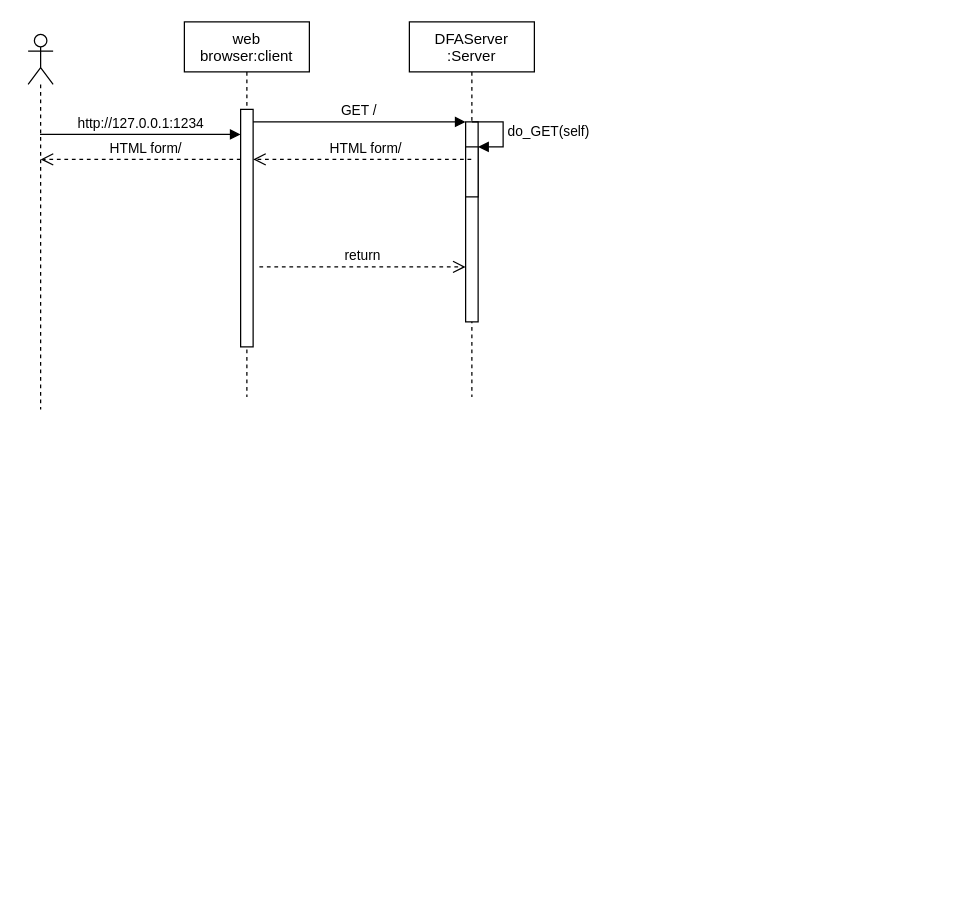
opetlund/TMM4275 keeps this draw.io diagram as uml.drawio. Above is the earlier version. Source tidied: cells renumbered, new cells numbered last; positions are measured from the earlier drawing's top-left corner, leaving out a move shared by most shapes. Both pictures are drawn from the tidied source at 125%, with x=0, y=0 at pixel (28, 21).
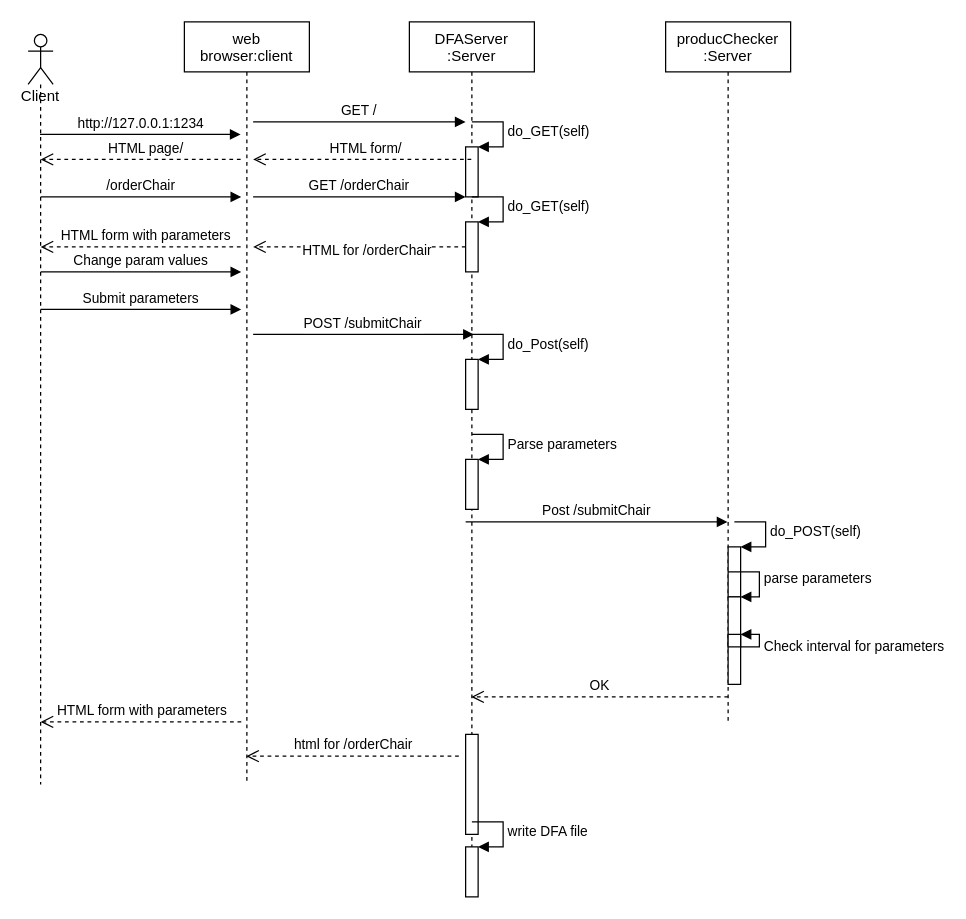
After the change.

Diff of the diagram source:
```diff
@@
     <mxCell id="2" value="web&#10;browser:client" style="shape=umlLifeline;perimeter=lifelinePerimeter;rounded=0;shadow=0;strokeWidth=1;" parent="1" vertex="1">
-      <mxGeometry x="125" width="100" height="300" as="geometry" />
+      <mxGeometry x="125" width="100" height="610" as="geometry" />
     </mxCell>
-    <mxCell id="3" style="points=[];perimeter=orthogonalPerimeter;rounded=0;shadow=0;strokeWidth=1;" parent="2" vertex="1">
-      <mxGeometry x="45" y="70" width="10" height="190" as="geometry" />
-    </mxCell>
     <mxCell id="4" value="DFAServer&#10;:Server" style="shape=umlLifeline;perimeter=lifelinePerimeter;rounded=0;shadow=0;strokeWidth=1;" parent="1" vertex="1">
-      <mxGeometry x="305" width="100" height="300" as="geometry" />
+      <mxGeometry x="305" width="100" height="700" as="geometry" />
     </mxCell>
-    <mxCell id="5" style="points=[];perimeter=orthogonalPerimeter;rounded=0;shadow=0;strokeWidth=1;" parent="4" vertex="1">
-      <mxGeometry x="45" y="80" width="10" height="160" as="geometry" />
-    </mxCell>
@@
+    <mxCell id="16" style="html=1;points=[];perimeter=orthogonalPerimeter;" parent="4" vertex="1">
+      <mxGeometry x="45" y="160" width="10" height="40" as="geometry" />
+    </mxCell>
+    <mxCell id="17" value="do_GET(self)" style="edgeStyle=orthogonalEdgeStyle;html=1;align=left;spacingLeft=2;endArrow=block;rounded=0;entryX=1;entryY=0;" parent="4" edge="1" target="16">
+      <mxGeometry relative="1" as="geometry">
+        <mxPoint x="50" y="140" as="sourcePoint" />
+        <Array as="points">
+          <mxPoint x="75" y="140" />
+        </Array>
+      </mxGeometry>
+    </mxCell>
+    <mxCell id="18" style="html=1;points=[];perimeter=orthogonalPerimeter;" parent="4" vertex="1">
+      <mxGeometry x="45" y="270" width="10" height="40" as="geometry" />
+    </mxCell>
+    <mxCell id="19" value="do_Post(self)" style="edgeStyle=orthogonalEdgeStyle;html=1;align=left;spacingLeft=2;endArrow=block;rounded=0;entryX=1;entryY=0;" parent="4" edge="1" target="18">
+      <mxGeometry relative="1" as="geometry">
+        <mxPoint x="50" y="250" as="sourcePoint" />
+        <Array as="points">
+          <mxPoint x="75" y="250" />
+        </Array>
+      </mxGeometry>
+    </mxCell>
+    <mxCell id="20" style="html=1;points=[];perimeter=orthogonalPerimeter;" parent="4" vertex="1">
+      <mxGeometry x="45" y="350" width="10" height="40" as="geometry" />
+    </mxCell>
+    <mxCell id="21" value="Parse parameters" style="edgeStyle=orthogonalEdgeStyle;html=1;align=left;spacingLeft=2;endArrow=block;rounded=0;entryX=1;entryY=0;" parent="4" edge="1" target="20">
+      <mxGeometry relative="1" as="geometry">
+        <mxPoint x="50" y="330" as="sourcePoint" />
+        <Array as="points">
+          <mxPoint x="75" y="330" />
+        </Array>
+      </mxGeometry>
+    </mxCell>
+    <mxCell id="22" style="html=1;points=[];perimeter=orthogonalPerimeter;" parent="4" vertex="1">
+      <mxGeometry x="45" y="570" width="10" height="80" as="geometry" />
+    </mxCell>
+    <mxCell id="23" style="html=1;points=[];perimeter=orthogonalPerimeter;" parent="4" vertex="1">
+      <mxGeometry x="45" y="660" width="10" height="40" as="geometry" />
+    </mxCell>
+    <mxCell id="24" value="write DFA file" style="edgeStyle=orthogonalEdgeStyle;html=1;align=left;spacingLeft=2;endArrow=block;rounded=0;entryX=1;entryY=0;" parent="4" edge="1" target="23">
+      <mxGeometry relative="1" as="geometry">
+        <mxPoint x="50" y="640" as="sourcePoint" />
+        <Array as="points">
+          <mxPoint x="75" y="640" />
+        </Array>
+      </mxGeometry>
+    </mxCell>
-    <mxCell id="8" style="verticalAlign=bottom;endArrow=open;dashed=1;endSize=8;shadow=0;strokeWidth=1;" parent="1" edge="1" source="4" target="3">
+    <mxCell id="8" style="verticalAlign=bottom;endArrow=open;dashed=1;endSize=8;shadow=0;strokeWidth=1;" parent="1" edge="1" source="4">
       <mxGeometry x="-0.06" y="-102" relative="1" as="geometry">
+        <mxPoint x="180" y="110" as="targetPoint" />
         <Array as="points">
           <mxPoint x="270" y="110" />
         </Array>
       </mxGeometry>
     </mxCell>
@@
-    <mxCell id="10" value="GET /" style="verticalAlign=bottom;endArrow=block;entryX=0;entryY=0;shadow=0;strokeWidth=1;" parent="1" edge="1" source="3" target="5">
-      <mxGeometry relative="1" as="geometry" />
+    <mxCell id="10" value="GET /" style="verticalAlign=bottom;endArrow=block;shadow=0;strokeWidth=1;" parent="1" edge="1">
+      <mxGeometry relative="1" as="geometry">
+        <mxPoint x="180" y="80" as="sourcePoint" />
+        <mxPoint x="350" y="80" as="targetPoint" />
+      </mxGeometry>
     </mxCell>
-    <mxCell id="11" value="return" style="verticalAlign=bottom;endArrow=open;dashed=1;endSize=8;exitX=1;exitY=0.95;shadow=0;strokeWidth=1;" parent="1" edge="1" target="5">
+    <mxCell id="11" style="verticalAlign=bottom;endArrow=open;dashed=1;endSize=8;exitX=0;exitY=0.5;shadow=0;strokeWidth=1;exitDx=0;exitDy=0;exitPerimeter=0;" parent="1" edge="1" source="16">
       <mxGeometry relative="1" as="geometry">
-        <mxPoint x="185" y="196" as="sourcePoint" />
+        <mxPoint x="180" y="180" as="targetPoint" />
       </mxGeometry>
     </mxCell>
+    <mxCell id="25" value="HTML for /orderChair" style="edgeLabel;html=1;align=center;verticalAlign=middle;" parent="11" vertex="1">
+      <mxGeometry x="-0.06" y="2" relative="1" as="geometry" />
+    </mxCell>
-    <mxCell id="12" style="shape=umlLifeline;participant=umlActor;perimeter=lifelinePerimeter;whiteSpace=wrap;html=1;verticalAlign=top;spacingTop=36;outlineConnect=0;" parent="1" vertex="1">
-      <mxGeometry y="10" width="20" height="300" as="geometry" />
+    <mxCell id="12" value="Client" style="shape=umlLifeline;participant=umlActor;perimeter=lifelinePerimeter;whiteSpace=wrap;html=1;verticalAlign=top;spacingTop=36;outlineConnect=0;" parent="1" vertex="1">
+      <mxGeometry y="10" width="20" height="600" as="geometry" />
     </mxCell>
-    <mxCell id="13" value="http://127.0.0.1:1234" style="html=1;verticalAlign=bottom;endArrow=block;" parent="1" edge="1" source="12" target="3">
+    <mxCell id="13" value="http://127.0.0.1:1234" style="html=1;verticalAlign=bottom;endArrow=block;" parent="1" edge="1" source="12">
       <mxGeometry relative="1" as="geometry">
+        <mxPoint x="170" y="90" as="targetPoint" />
         <Array as="points">
           <mxPoint x="100" y="90" />
         </Array>
       </mxGeometry>
     </mxCell>
     <mxCell id="14" style="verticalAlign=bottom;endArrow=open;dashed=1;endSize=8;shadow=0;strokeWidth=1;" parent="1" edge="1">
       <mxGeometry x="-0.06" y="-102" relative="1" as="geometry">
         <mxPoint x="170" y="110" as="sourcePoint" />
         <mxPoint x="10" y="110" as="targetPoint" />
-        <Array as="points">
-          <mxPoint x="100" y="110" />
-        </Array>
       </mxGeometry>
     </mxCell>
-    <mxCell id="15" value="HTML form/" style="edgeLabel;html=1;align=center;verticalAlign=middle;" parent="14" vertex="1">
+    <mxCell id="15" value="HTML page/" style="edgeLabel;html=1;align=center;verticalAlign=middle;" parent="14" vertex="1">
       <mxGeometry x="0.1" y="2" relative="1" as="geometry">
         <mxPoint x="11.2" y="-12" as="offset" />
       </mxGeometry>
     </mxCell>
+    <mxCell id="26" value="/orderChair" style="html=1;verticalAlign=bottom;endArrow=block;" parent="1" edge="1">
+      <mxGeometry relative="1" as="geometry">
+        <mxPoint x="10" y="140" as="sourcePoint" />
+        <mxPoint x="170.5" y="140" as="targetPoint" />
+        <Array as="points">
+          <mxPoint x="100.5" y="140" />
+        </Array>
+      </mxGeometry>
+    </mxCell>
+    <mxCell id="27" value="GET /orderChair" style="verticalAlign=bottom;endArrow=block;entryX=0;entryY=0;shadow=0;strokeWidth=1;" parent="1" edge="1">
+      <mxGeometry relative="1" as="geometry">
+        <mxPoint x="180" y="140" as="sourcePoint" />
+        <mxPoint x="350" y="140" as="targetPoint" />
+      </mxGeometry>
+    </mxCell>
+    <mxCell id="28" style="verticalAlign=bottom;endArrow=open;dashed=1;endSize=8;shadow=0;strokeWidth=1;" parent="1" edge="1">
+      <mxGeometry x="-0.06" y="-102" relative="1" as="geometry">
+        <mxPoint x="170" y="180" as="sourcePoint" />
+        <mxPoint x="10" y="180" as="targetPoint" />
+      </mxGeometry>
+    </mxCell>
+    <mxCell id="29" value="HTML form with parameters" style="edgeLabel;html=1;align=center;verticalAlign=middle;" parent="28" vertex="1">
+      <mxGeometry x="0.1" y="2" relative="1" as="geometry">
+        <mxPoint x="11.2" y="-12" as="offset" />
+      </mxGeometry>
+    </mxCell>
+    <mxCell id="30" value="Change param values" style="html=1;verticalAlign=bottom;endArrow=block;" parent="1" edge="1">
+      <mxGeometry relative="1" as="geometry">
+        <mxPoint x="10" y="200" as="sourcePoint" />
+        <mxPoint x="170.5" y="200" as="targetPoint" />
+        <Array as="points">
+          <mxPoint x="100.5" y="200" />
+        </Array>
+      </mxGeometry>
+    </mxCell>
+    <mxCell id="31" value="Submit parameters" style="html=1;verticalAlign=bottom;endArrow=block;" parent="1" edge="1">
+      <mxGeometry relative="1" as="geometry">
+        <mxPoint x="10" y="230" as="sourcePoint" />
+        <mxPoint x="170.5" y="230" as="targetPoint" />
+        <Array as="points">
+          <mxPoint x="100.5" y="230" />
+        </Array>
+      </mxGeometry>
+    </mxCell>
+    <mxCell id="32" value="POST /submitChair" style="verticalAlign=bottom;endArrow=block;entryX=0;entryY=0;shadow=0;strokeWidth=1;" parent="1" edge="1">
+      <mxGeometry relative="1" as="geometry">
+        <mxPoint x="180" y="250" as="sourcePoint" />
+        <mxPoint x="356.6" y="250" as="targetPoint" />
+      </mxGeometry>
+    </mxCell>
+    <mxCell id="33" value="producChecker&#10;:Server" style="shape=umlLifeline;perimeter=lifelinePerimeter;rounded=0;shadow=0;strokeWidth=1;" parent="1" vertex="1">
+      <mxGeometry x="510" width="100" height="560" as="geometry" />
+    </mxCell>
+    <mxCell id="34" style="html=1;points=[];perimeter=orthogonalPerimeter;" parent="33" vertex="1">
+      <mxGeometry x="50" y="420" width="10" height="40" as="geometry" />
+    </mxCell>
+    <mxCell id="35" value="do_POST(self)" style="edgeStyle=orthogonalEdgeStyle;html=1;align=left;spacingLeft=2;endArrow=block;rounded=0;entryX=1;entryY=0;" parent="33" edge="1" target="34">
+      <mxGeometry relative="1" as="geometry">
+        <mxPoint x="55" y="400" as="sourcePoint" />
+        <Array as="points">
+          <mxPoint x="80" y="400" />
+        </Array>
+      </mxGeometry>
+    </mxCell>
+    <mxCell id="36" style="html=1;points=[];perimeter=orthogonalPerimeter;" parent="33" vertex="1">
+      <mxGeometry x="50" y="460" width="10" height="40" as="geometry" />
+    </mxCell>
+    <mxCell id="37" value="parse parameters" style="edgeStyle=orthogonalEdgeStyle;html=1;align=left;spacingLeft=2;endArrow=block;rounded=0;entryX=1;entryY=0;" parent="33" edge="1" target="36">
+      <mxGeometry relative="1" as="geometry">
+        <mxPoint x="50" y="440" as="sourcePoint" />
+        <Array as="points">
+          <mxPoint x="75" y="440" />
+        </Array>
+      </mxGeometry>
+    </mxCell>
+    <mxCell id="38" style="html=1;points=[];perimeter=orthogonalPerimeter;" parent="33" vertex="1">
+      <mxGeometry x="50" y="490" width="10" height="40" as="geometry" />
+    </mxCell>
+    <mxCell id="39" value="Check interval for parameters" style="edgeStyle=orthogonalEdgeStyle;html=1;align=left;spacingLeft=2;endArrow=block;rounded=0;entryX=1;entryY=0;" parent="33" edge="1" target="38">
+      <mxGeometry relative="1" as="geometry">
+        <mxPoint x="50" y="500" as="sourcePoint" />
+        <Array as="points">
+          <mxPoint x="75" y="500" />
+        </Array>
+      </mxGeometry>
+    </mxCell>
+    <mxCell id="40" value="Post /submitChair" style="verticalAlign=bottom;endArrow=block;shadow=0;strokeWidth=1;exitX=0.484;exitY=0.261;exitDx=0;exitDy=0;exitPerimeter=0;" parent="1" edge="1" target="33">
+      <mxGeometry relative="1" as="geometry">
+        <mxPoint x="350" y="400" as="sourcePoint" />
+      </mxGeometry>
+    </mxCell>
+    <mxCell id="41" value="OK" style="html=1;verticalAlign=bottom;endArrow=open;dashed=1;endSize=8;" parent="1" edge="1" target="4">
+      <mxGeometry relative="1" as="geometry">
+        <mxPoint x="560" y="540" as="sourcePoint" />
+      </mxGeometry>
+    </mxCell>
+    <mxCell id="42" value="html for /orderChair" style="html=1;verticalAlign=bottom;endArrow=open;dashed=1;endSize=8;exitX=-0.543;exitY=0.218;exitDx=0;exitDy=0;exitPerimeter=0;" parent="1" edge="1" source="22" target="2">
+      <mxGeometry relative="1" as="geometry" />
+    </mxCell>
+    <mxCell id="43" value="HTML form with parameters" style="html=1;verticalAlign=bottom;endArrow=open;dashed=1;endSize=8;exitX=-0.543;exitY=0.218;exitDx=0;exitDy=0;exitPerimeter=0;" parent="1" edge="1">
+      <mxGeometry relative="1" as="geometry">
+        <mxPoint x="170.5" y="560" as="sourcePoint" />
+        <mxPoint x="10" y="560" as="targetPoint" />
+      </mxGeometry>
+    </mxCell>
```
